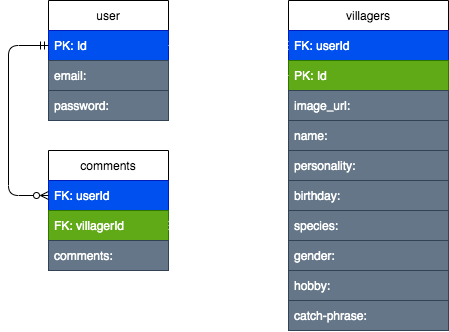
Earlier version of the draw.io export erd.drawio.png (PvrkFvmily/project-2). Source tidied: cells renumbered, new cells last; positions are measured from the earlier drawing's top-left corner, leaving out a move shared by most shapes.
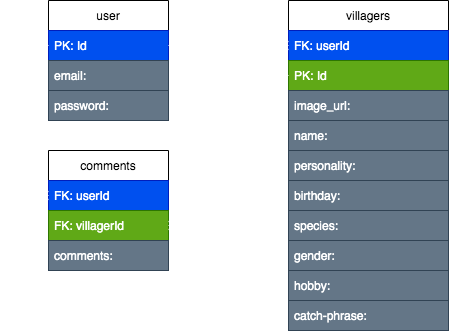
Later version of the same file.

Commit message:
changed line color of erd

Change to the diagram source:
```diff
@@ -47,7 +47,7 @@
     <mxCell id="16" value="catch-phrase:" style="text;strokeColor=#314354;fillColor=#647687;align=left;verticalAlign=middle;spacingLeft=4;spacingRight=4;overflow=hidden;fontColor=#ffffff;" parent="6" vertex="1">
       <mxGeometry y="300" width="160" height="30" as="geometry" />
     </mxCell>
-    <mxCell id="17" style="html=1;exitX=1;exitY=0.5;exitDx=0;exitDy=0;endArrow=ERzeroToMany;endFill=0;startArrow=ERzeroToOne;startFill=0;entryX=0;entryY=0.5;entryDx=0;entryDy=0;fillColor=#b0e3e6;strokeColor=#FFFFFF;" parent="1" edge="1" source="3" target="7">
+    <mxCell id="17" style="html=1;exitX=1;exitY=0.5;exitDx=0;exitDy=0;endArrow=ERzeroToMany;endFill=0;startArrow=ERzeroToOne;startFill=0;entryX=0;entryY=0.5;entryDx=0;entryDy=0;fillColor=#647687;strokeColor=#FFFFFF;" parent="1" edge="1" source="3" target="7">
       <mxGeometry relative="1" as="geometry" />
     </mxCell>
     <mxCell id="18" value="comments" style="swimlane;fontStyle=0;horizontal=1;startSize=30;" parent="1" vertex="1">
@@ -62,7 +62,7 @@
     <mxCell id="21" value="comments:" style="text;align=left;verticalAlign=middle;spacingLeft=4;spacingRight=4;overflow=hidden;fillColor=#647687;fontColor=#ffffff;strokeColor=#314354;" parent="18" vertex="1">
       <mxGeometry y="90" width="120" height="30" as="geometry" />
     </mxCell>
-    <mxCell id="22" style="endArrow=ERzeroToMany;html=1;strokeColor=#FFFFFF;exitX=0;exitY=0.5;exitDx=0;exitDy=0;entryX=1;entryY=0.5;entryDx=0;entryDy=0;startArrow=ERzeroToOne;startFill=0;endFill=0;" parent="1" edge="1" source="8" target="20">
+    <mxCell id="22" style="endArrow=ERzeroToMany;html=1;exitX=0;exitY=0.5;exitDx=0;exitDy=0;entryX=1;entryY=0.5;entryDx=0;entryDy=0;startArrow=ERzeroToOne;startFill=0;endFill=0;fillColor=#647687;strokeColor=#FFFFFF;" parent="1" edge="1" source="8" target="20">
       <mxGeometry relative="1" as="geometry">
         <Array as="points">
           <mxPoint x="220" y="75" />
@@ -70,7 +70,7 @@
         </Array>
       </mxGeometry>
     </mxCell>
-    <mxCell id="23" style="endArrow=ERmandOne;html=1;exitX=0;exitY=0.5;exitDx=0;exitDy=0;endFill=0;startArrow=ERzeroToMany;startFill=0;entryX=0;entryY=0.5;entryDx=0;entryDy=0;" parent="1" edge="1" source="19" target="3">
+    <mxCell id="23" style="endArrow=ERmandOne;html=1;exitX=0;exitY=0.5;exitDx=0;exitDy=0;endFill=0;startArrow=ERzeroToMany;startFill=0;entryX=0;entryY=0.5;entryDx=0;entryDy=0;fillColor=#647687;strokeColor=#FFFFFF;" parent="1" edge="1" source="19" target="3">
       <mxGeometry relative="1" as="geometry">
         <Array as="points">
           <mxPoint y="195" />
```
